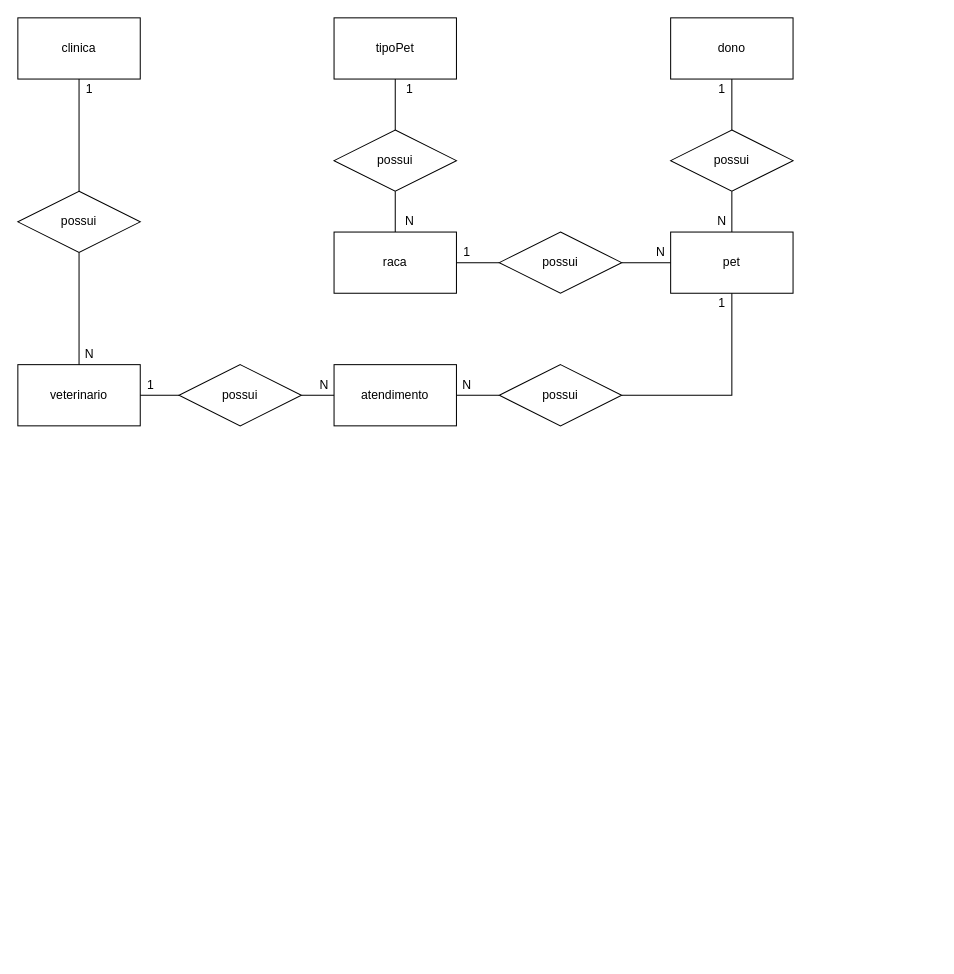
The draw.io diagram page "conceitual" (1 of 2) of reforco/tarde/lovePets/sprint-1-bd/modelagens/lovePets_modelagem.drawio in RegisMagalhaes/LovePets, before the edit. Source tidied: cells renumbered, new cells numbered last; positions are measured from the earlier drawing's top-left corner, leaving out a move shared by most shapes. Both pictures are drawn from the tidied source at 102%, with x=0, y=0 at pixel (17, 17).
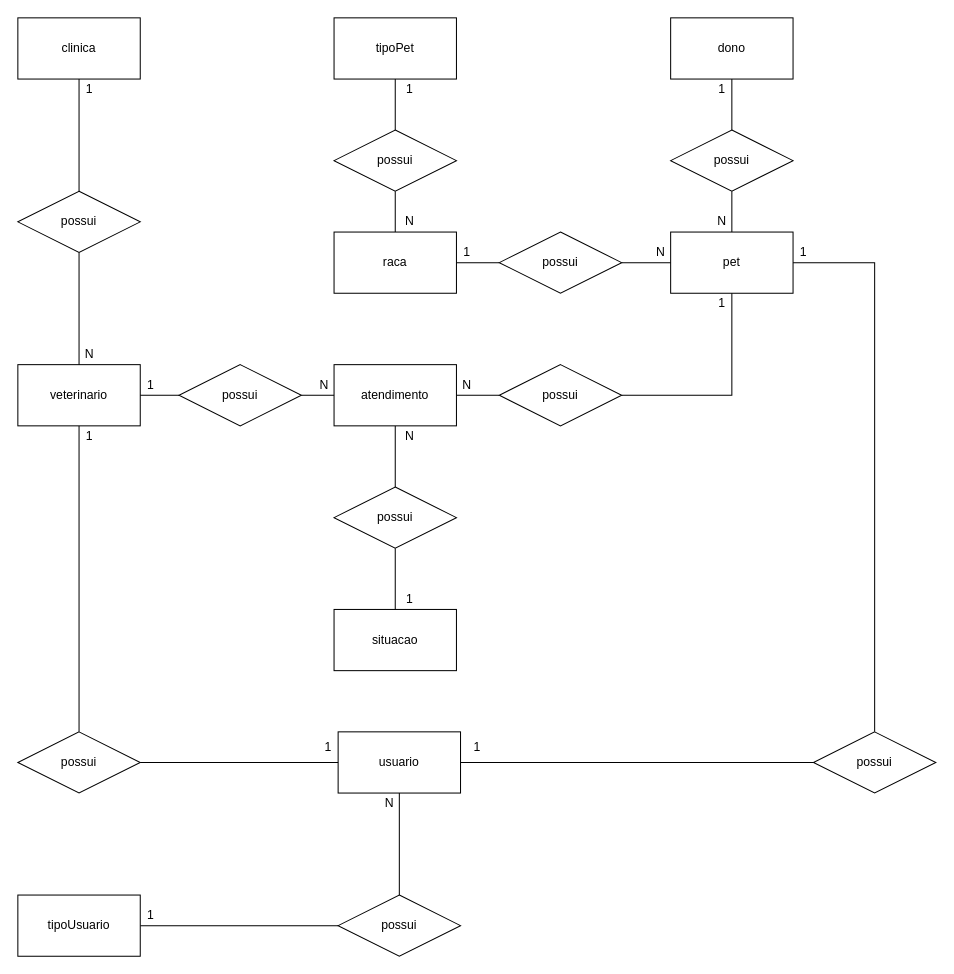
The same diagram, later.

The change refers to these unchanged cells:
```xml
<mxCell id="4" value="veterinario" style="rounded=0;whiteSpace=wrap;html=1;" parent="1" vertex="1">
  <mxGeometry y="340" width="120" height="60" as="geometry" />
</mxCell>
<mxCell id="6" value="atendimento" style="rounded=0;whiteSpace=wrap;html=1;" parent="1" vertex="1">
  <mxGeometry x="310" y="340" width="120" height="60" as="geometry" />
</mxCell>
<mxCell id="7" value="pet" style="rounded=0;whiteSpace=wrap;html=1;" parent="1" vertex="1">
  <mxGeometry x="640" y="210" width="120" height="60" as="geometry" />
</mxCell>
```

Diff of the diagram source:
```diff
@@
+    <mxCell id="39" style="edgeStyle=orthogonalEdgeStyle;rounded=0;jettySize=auto;html=1;endArrow=none;endFill=0;" parent="1" edge="1" source="4" target="50">
+      <mxGeometry relative="1" as="geometry" />
+    </mxCell>
@@
+    <mxCell id="40" style="edgeStyle=orthogonalEdgeStyle;rounded=0;jettySize=auto;html=1;endArrow=none;endFill=0;" parent="1" edge="1" source="6" target="59">
+      <mxGeometry relative="1" as="geometry" />
+    </mxCell>
@@
+    <mxCell id="41" style="edgeStyle=orthogonalEdgeStyle;rounded=0;jettySize=auto;html=1;endArrow=none;endFill=0;" parent="1" edge="1" source="42" target="46">
+      <mxGeometry relative="1" as="geometry" />
+    </mxCell>
+    <mxCell id="42" value="tipoUsuario" style="rounded=0;whiteSpace=wrap;html=1;" parent="1" vertex="1">
+      <mxGeometry y="860" width="120" height="60" as="geometry" />
+    </mxCell>
+    <mxCell id="43" style="edgeStyle=orthogonalEdgeStyle;rounded=0;jettySize=auto;html=1;endArrow=none;endFill=0;" parent="1" edge="1" source="45" target="46">
+      <mxGeometry relative="1" as="geometry" />
+    </mxCell>
+    <mxCell id="44" style="edgeStyle=orthogonalEdgeStyle;rounded=0;jettySize=auto;html=1;endArrow=none;endFill=0;" parent="1" edge="1" source="45" target="52">
+      <mxGeometry relative="1" as="geometry" />
+    </mxCell>
+    <mxCell id="45" value="usuario" style="rounded=0;whiteSpace=wrap;html=1;" parent="1" vertex="1">
+      <mxGeometry x="314" y="700" width="120" height="60" as="geometry" />
+    </mxCell>
+    <mxCell id="46" value="possui" style="shape=rhombus;perimeter=rhombusPerimeter;whiteSpace=wrap;html=1;align=center;" parent="1" vertex="1">
+      <mxGeometry x="314" y="860" width="120" height="60" as="geometry" />
+    </mxCell>
+    <mxCell id="47" value="1" style="text;html=1;align=center;verticalAlign=middle;strokeColor=none;" parent="1" vertex="1">
+      <mxGeometry x="120" y="870" width="20" height="20" as="geometry" />
+    </mxCell>
+    <mxCell id="48" value="N" style="text;html=1;align=center;verticalAlign=middle;strokeColor=none;" parent="1" vertex="1">
+      <mxGeometry x="354" y="760" width="20" height="20" as="geometry" />
+    </mxCell>
+    <mxCell id="49" style="edgeStyle=orthogonalEdgeStyle;rounded=0;jettySize=auto;html=1;endArrow=none;endFill=0;" parent="1" edge="1" source="50" target="45">
+      <mxGeometry relative="1" as="geometry" />
+    </mxCell>
+    <mxCell id="50" value="possui" style="shape=rhombus;perimeter=rhombusPerimeter;whiteSpace=wrap;html=1;align=center;" parent="1" vertex="1">
+      <mxGeometry y="700" width="120" height="60" as="geometry" />
+    </mxCell>
+    <mxCell id="51" style="edgeStyle=orthogonalEdgeStyle;rounded=0;jettySize=auto;html=1;endArrow=none;endFill=0;" parent="1" edge="1" source="52" target="7">
+      <mxGeometry relative="1" as="geometry">
+        <Array as="points">
+          <mxPoint x="840" y="550" />
+          <mxPoint x="840" y="240" />
+        </Array>
+      </mxGeometry>
+    </mxCell>
+    <mxCell id="52" value="possui" style="shape=rhombus;perimeter=rhombusPerimeter;whiteSpace=wrap;html=1;align=center;" parent="1" vertex="1">
+      <mxGeometry x="780" y="700" width="120" height="60" as="geometry" />
+    </mxCell>
+    <mxCell id="53" value="1" style="text;html=1;align=center;verticalAlign=middle;strokeColor=none;" parent="1" vertex="1">
+      <mxGeometry x="60" y="400" width="20" height="20" as="geometry" />
+    </mxCell>
+    <mxCell id="54" value="1" style="text;html=1;align=center;verticalAlign=middle;strokeColor=none;" parent="1" vertex="1">
+      <mxGeometry x="294" y="705" width="20" height="20" as="geometry" />
+    </mxCell>
+    <mxCell id="55" value="1" style="text;html=1;align=center;verticalAlign=middle;strokeColor=none;" parent="1" vertex="1">
+      <mxGeometry x="440" y="705" width="20" height="20" as="geometry" />
+    </mxCell>
+    <mxCell id="56" value="1" style="text;html=1;align=center;verticalAlign=middle;strokeColor=none;" parent="1" vertex="1">
+      <mxGeometry x="760" y="220" width="20" height="20" as="geometry" />
+    </mxCell>
+    <mxCell id="57" value="situacao" style="rounded=0;whiteSpace=wrap;html=1;" parent="1" vertex="1">
+      <mxGeometry x="310" y="580" width="120" height="60" as="geometry" />
+    </mxCell>
+    <mxCell id="58" style="edgeStyle=orthogonalEdgeStyle;rounded=0;jettySize=auto;html=1;endArrow=none;endFill=0;" parent="1" edge="1" source="59" target="57">
+      <mxGeometry relative="1" as="geometry" />
+    </mxCell>
+    <mxCell id="59" value="possui" style="shape=rhombus;perimeter=rhombusPerimeter;whiteSpace=wrap;html=1;align=center;" parent="1" vertex="1">
+      <mxGeometry x="310" y="460" width="120" height="60" as="geometry" />
+    </mxCell>
+    <mxCell id="60" value="1" style="text;html=1;align=center;verticalAlign=middle;strokeColor=none;" parent="1" vertex="1">
+      <mxGeometry x="374" y="560" width="20" height="20" as="geometry" />
+    </mxCell>
+    <mxCell id="61" value="N" style="text;html=1;align=center;verticalAlign=middle;strokeColor=none;" parent="1" vertex="1">
+      <mxGeometry x="374" y="400" width="20" height="20" as="geometry" />
+    </mxCell>
```
